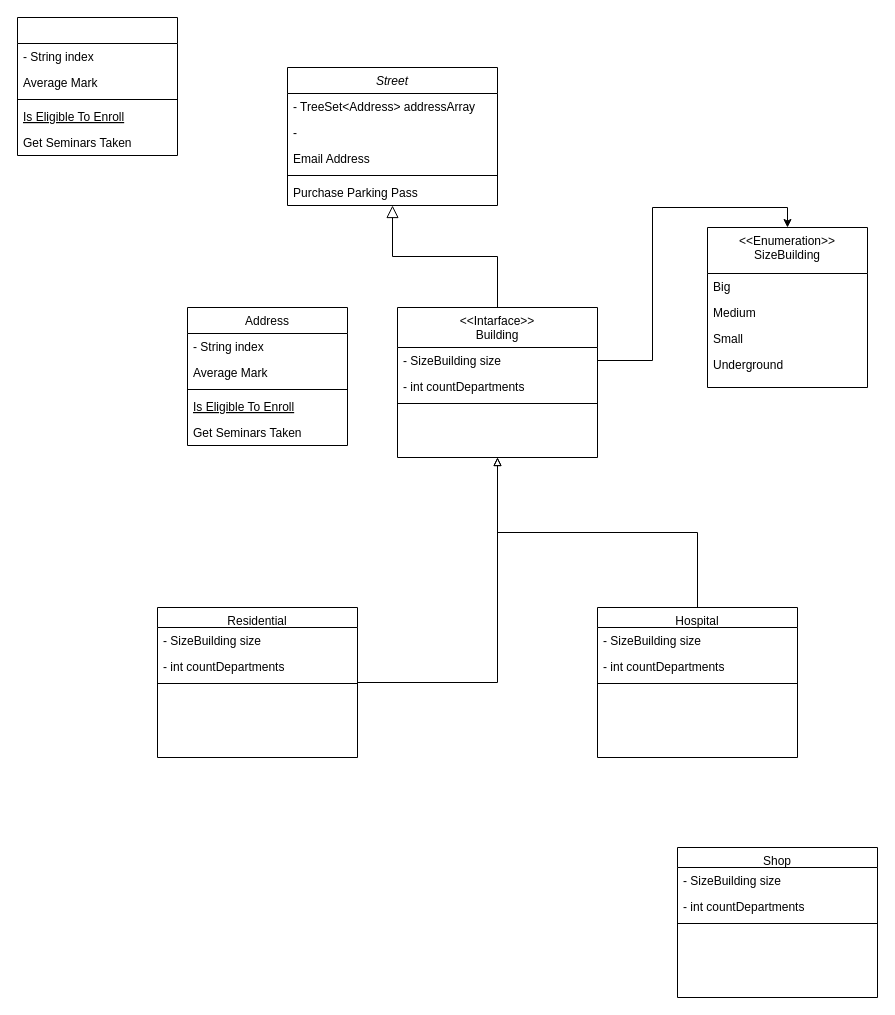
Before: CityWork.drawio in CeriiZedF/CityWork, a draw.io diagram. Source tidied: cells renumbered, new cells numbered last; positions are measured from the earlier drawing's top-left corner, leaving out a move shared by most shapes. Both pictures are drawn from the tidied source at 100%, with x=0, y=0 at pixel (17, 17).
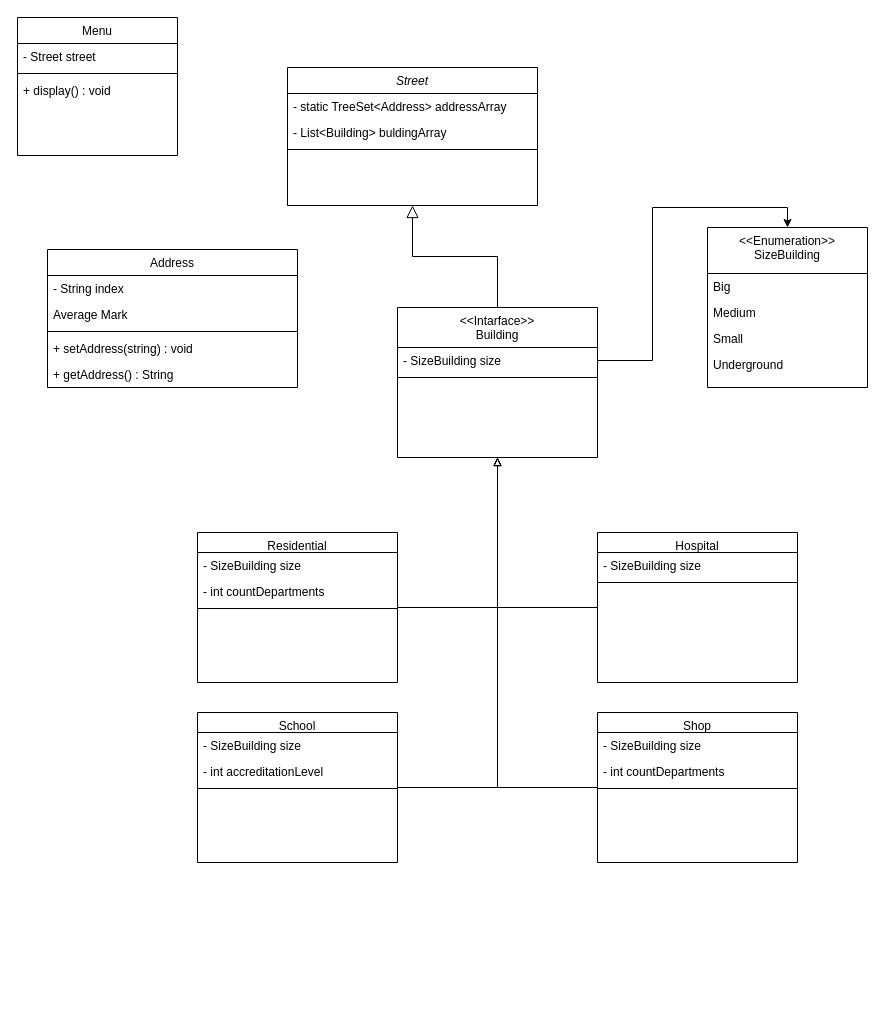
Above is the later version.

Unchanged cells that the change refers to:
```xml
<mxCell id="15" value="&lt;&lt;Intarface&gt;&gt;&#10;Building" style="swimlane;fontStyle=0;align=center;verticalAlign=top;horizontal=1;startSize=40;rounded=0;shadow=0;strokeWidth=1;" parent="1" vertex="1">
  <mxGeometry x="380" y="290" width="200" height="150" as="geometry" />
</mxCell>
```

Diff of the diagram source:
```diff
@@
     <mxCell id="2" value="Street" style="swimlane;fontStyle=2;align=center;verticalAlign=top;horizontal=1;startSize=26;rounded=0;shadow=0;strokeWidth=1;" parent="1" vertex="1">
-      <mxGeometry x="270" y="50" width="210" height="138" as="geometry" />
+      <mxGeometry x="270" y="50" width="250" height="138" as="geometry" />
     </mxCell>
-    <mxCell id="3" value="- TreeSet&lt;Address&gt; addressArray " style="text;align=left;verticalAlign=top;spacingLeft=4;spacingRight=4;overflow=hidden;" parent="2" vertex="1">
-      <mxGeometry y="26" width="210" height="26" as="geometry" />
+    <mxCell id="3" value="- static TreeSet&lt;Address&gt; addressArray " style="text;align=left;verticalAlign=top;spacingLeft=4;spacingRight=4;overflow=hidden;" parent="2" vertex="1">
+      <mxGeometry y="26" width="250" height="26" as="geometry" />
     </mxCell>
-    <mxCell id="4" value="- " style="text;align=left;verticalAlign=top;spacingLeft=4;spacingRight=4;overflow=hidden;rounded=0;shadow=0;html=0;" parent="2" vertex="1">
-      <mxGeometry y="52" width="210" height="26" as="geometry" />
+    <mxCell id="4" value="- List&lt;Building&gt; buldingArray" style="text;align=left;verticalAlign=top;spacingLeft=4;spacingRight=4;overflow=hidden;rounded=0;shadow=0;html=0;" parent="2" vertex="1">
+      <mxGeometry y="52" width="250" height="26" as="geometry" />
     </mxCell>
-    <mxCell id="5" value="Email Address" style="text;align=left;verticalAlign=top;spacingLeft=4;spacingRight=4;overflow=hidden;rounded=0;shadow=0;html=0;" parent="2" vertex="1">
-      <mxGeometry y="78" width="210" height="26" as="geometry" />
-    </mxCell>
     <mxCell id="6" style="line;html=1;strokeWidth=1;align=left;verticalAlign=middle;spacingTop=-1;spacingLeft=3;spacingRight=3;labelPosition=right;" parent="2" vertex="1">
-      <mxGeometry y="104" width="210" height="8" as="geometry" />
+      <mxGeometry y="78" width="250" height="8" as="geometry" />
     </mxCell>
-    <mxCell id="7" value="Purchase Parking Pass" style="text;align=left;verticalAlign=top;spacingLeft=4;spacingRight=4;overflow=hidden;" parent="2" vertex="1">
-      <mxGeometry y="112" width="210" height="26" as="geometry" />
-    </mxCell>
     <mxCell id="8" value="Address" style="swimlane;fontStyle=0;align=center;verticalAlign=top;horizontal=1;startSize=26;rounded=0;shadow=0;strokeWidth=1;" parent="1" vertex="1">
-      <mxGeometry x="170" y="290" width="160" height="138" as="geometry" />
+      <mxGeometry x="30" y="232" width="250" height="138" as="geometry" />
     </mxCell>
     <mxCell id="9" value="- String index " style="text;align=left;verticalAlign=top;spacingLeft=4;spacingRight=4;overflow=hidden;" parent="8" vertex="1">
-      <mxGeometry y="26" width="160" height="26" as="geometry" />
+      <mxGeometry y="26" width="250" height="26" as="geometry" />
     </mxCell>
     <mxCell id="10" value="Average Mark" style="text;align=left;verticalAlign=top;spacingLeft=4;spacingRight=4;overflow=hidden;rounded=0;shadow=0;html=0;" parent="8" vertex="1">
-      <mxGeometry y="52" width="160" height="26" as="geometry" />
+      <mxGeometry y="52" width="250" height="26" as="geometry" />
     </mxCell>
     <mxCell id="11" style="line;html=1;strokeWidth=1;align=left;verticalAlign=middle;spacingTop=-1;spacingLeft=3;spacingRight=3;labelPosition=right;" parent="8" vertex="1">
-      <mxGeometry y="78" width="160" height="8" as="geometry" />
+      <mxGeometry y="78" width="250" height="8" as="geometry" />
     </mxCell>
-    <mxCell id="12" value="Is Eligible To Enroll" style="text;align=left;verticalAlign=top;spacingLeft=4;spacingRight=4;overflow=hidden;fontStyle=4;" parent="8" vertex="1">
-      <mxGeometry y="86" width="160" height="26" as="geometry" />
-    </mxCell>
-    <mxCell id="13" value="Get Seminars Taken" style="text;align=left;verticalAlign=top;spacingLeft=4;spacingRight=4;overflow=hidden;" parent="8" vertex="1">
-      <mxGeometry y="112" width="160" height="26" as="geometry" />
-    </mxCell>
+    <mxCell id="7" value="+ setAddress(string) : void" style="text;align=left;verticalAlign=top;spacingLeft=4;spacingRight=4;overflow=hidden;" parent="8" vertex="1">
+      <mxGeometry y="86" width="250" height="26" as="geometry" />
+    </mxCell>
+    <mxCell id="45" value="+ getAddress() : String" style="text;align=left;verticalAlign=top;spacingLeft=4;spacingRight=4;overflow=hidden;" parent="8" vertex="1">
+      <mxGeometry y="112" width="250" height="26" as="geometry" />
+    </mxCell>
@@
-    <mxCell id="17" value="- int countDepartments" style="text;align=left;verticalAlign=top;spacingLeft=4;spacingRight=4;overflow=hidden;html=1;" parent="15" vertex="1">
-      <mxGeometry y="66" width="200" height="26" as="geometry" />
-    </mxCell>
     <mxCell id="18" style="line;html=1;strokeWidth=1;align=left;verticalAlign=middle;spacingTop=-1;spacingLeft=3;spacingRight=3;labelPosition=right;" parent="15" vertex="1">
-      <mxGeometry y="92" width="200" height="8" as="geometry" />
+      <mxGeometry y="66" width="200" height="8" as="geometry" />
     </mxCell>
@@
-    <mxCell id="25" style="swimlane;fontStyle=0;align=center;verticalAlign=top;horizontal=1;startSize=26;rounded=0;shadow=0;strokeWidth=1;" parent="1" vertex="1">
+    <mxCell id="25" value="Menu" style="swimlane;fontStyle=0;align=center;verticalAlign=top;horizontal=1;startSize=26;rounded=0;shadow=0;strokeWidth=1;" parent="1" vertex="1">
       <mxGeometry width="160" height="138" as="geometry" />
     </mxCell>
-    <mxCell id="26" value="- String index " style="text;align=left;verticalAlign=top;spacingLeft=4;spacingRight=4;overflow=hidden;" parent="25" vertex="1">
-      <mxGeometry y="26" width="160" height="26" as="geometry" />
-    </mxCell>
-    <mxCell id="27" value="Average Mark" style="text;align=left;verticalAlign=top;spacingLeft=4;spacingRight=4;overflow=hidden;rounded=0;shadow=0;html=0;" parent="25" vertex="1">
-      <mxGeometry y="52" width="160" height="26" as="geometry" />
+    <mxCell id="27" value="- Street street" style="text;align=left;verticalAlign=top;spacingLeft=4;spacingRight=4;overflow=hidden;rounded=0;shadow=0;html=0;" parent="25" vertex="1">
+      <mxGeometry y="26" width="160" height="26" as="geometry" />
     </mxCell>
     <mxCell id="28" style="line;html=1;strokeWidth=1;align=left;verticalAlign=middle;spacingTop=-1;spacingLeft=3;spacingRight=3;labelPosition=right;" parent="25" vertex="1">
-      <mxGeometry y="78" width="160" height="8" as="geometry" />
+      <mxGeometry y="52" width="160" height="8" as="geometry" />
     </mxCell>
-    <mxCell id="29" value="Is Eligible To Enroll" style="text;align=left;verticalAlign=top;spacingLeft=4;spacingRight=4;overflow=hidden;fontStyle=4;" parent="25" vertex="1">
-      <mxGeometry y="86" width="160" height="26" as="geometry" />
-    </mxCell>
-    <mxCell id="30" value="Get Seminars Taken" style="text;align=left;verticalAlign=top;spacingLeft=4;spacingRight=4;overflow=hidden;" parent="25" vertex="1">
-      <mxGeometry y="112" width="160" height="26" as="geometry" />
+    <mxCell id="30" value="+ display() : void" style="text;align=left;verticalAlign=top;spacingLeft=4;spacingRight=4;overflow=hidden;" parent="25" vertex="1">
+      <mxGeometry y="60" width="160" height="26" as="geometry" />
     </mxCell>
-    <mxCell id="31" style="edgeStyle=orthogonalEdgeStyle;rounded=0;jettySize=auto;html=1;entryX=0.5;entryY=1;entryDx=0;entryDy=0;endArrow=block;endFill=0;" parent="1" edge="1" source="32" target="15">
+    <mxCell id="31" style="edgeStyle=orthogonalEdgeStyle;rounded=0;jettySize=auto;html=1;entryX=0.5;entryY=1;entryDx=0;entryDy=0;endArrow=block;endFill=0;exitX=1;exitY=0.5;exitDx=0;exitDy=0;" parent="1" edge="1" source="32" target="15">
       <mxGeometry relative="1" as="geometry" />
     </mxCell>
     <mxCell id="32" value="Residential" style="swimlane;fontStyle=0;align=center;verticalAlign=top;horizontal=1;startSize=20;rounded=0;shadow=0;strokeWidth=1;" parent="1" vertex="1">
-      <mxGeometry x="140" y="590" width="200" height="150" as="geometry" />
+      <mxGeometry x="180" y="515" width="200" height="150" as="geometry" />
     </mxCell>
@@
     <mxCell id="36" value="Hospital" style="swimlane;fontStyle=0;align=center;verticalAlign=top;horizontal=1;startSize=20;rounded=0;shadow=0;strokeWidth=1;" parent="1" vertex="1">
-      <mxGeometry x="580" y="590" width="200" height="150" as="geometry" />
+      <mxGeometry x="580" y="515" width="200" height="150" as="geometry" />
     </mxCell>
@@
-    <mxCell id="38" value="- int countDepartments" style="text;align=left;verticalAlign=top;spacingLeft=4;spacingRight=4;overflow=hidden;html=1;" parent="36" vertex="1">
-      <mxGeometry y="46" width="200" height="26" as="geometry" />
-    </mxCell>
     <mxCell id="39" style="line;html=1;strokeWidth=1;align=left;verticalAlign=middle;spacingTop=-1;spacingLeft=3;spacingRight=3;labelPosition=right;" parent="36" vertex="1">
-      <mxGeometry y="72" width="200" height="8" as="geometry" />
+      <mxGeometry y="46" width="200" height="8" as="geometry" />
     </mxCell>
-    <mxCell id="40" style="edgeStyle=orthogonalEdgeStyle;rounded=0;jettySize=auto;html=1;endArrow=block;endFill=0;exitX=0.5;exitY=0;exitDx=0;exitDy=0;entryX=0.5;entryY=1;entryDx=0;entryDy=0;" parent="1" edge="1" source="36" target="15">
+    <mxCell id="40" style="edgeStyle=orthogonalEdgeStyle;rounded=0;jettySize=auto;html=1;endArrow=block;endFill=0;exitX=0;exitY=0.5;exitDx=0;exitDy=0;entryX=0.5;entryY=1;entryDx=0;entryDy=0;" parent="1" edge="1" source="36" target="15">
       <mxGeometry relative="1" as="geometry" />
     </mxCell>
     <mxCell id="41" value="Shop" style="swimlane;fontStyle=0;align=center;verticalAlign=top;horizontal=1;startSize=20;rounded=0;shadow=0;strokeWidth=1;" parent="1" vertex="1">
-      <mxGeometry x="660" y="830" width="200" height="150" as="geometry" />
+      <mxGeometry x="580" y="695" width="200" height="150" as="geometry" />
     </mxCell>
@@
+    <mxCell id="46" value="School" style="swimlane;fontStyle=0;align=center;verticalAlign=top;horizontal=1;startSize=20;rounded=0;shadow=0;strokeWidth=1;" parent="1" vertex="1">
+      <mxGeometry x="180" y="695" width="200" height="150" as="geometry" />
+    </mxCell>
+    <mxCell id="47" value="- SizeBuilding size" style="text;align=left;verticalAlign=top;spacingLeft=4;spacingRight=4;overflow=hidden;" parent="46" vertex="1">
+      <mxGeometry y="20" width="200" height="26" as="geometry" />
+    </mxCell>
+    <mxCell id="48" value="- int accreditationLevel" style="text;align=left;verticalAlign=top;spacingLeft=4;spacingRight=4;overflow=hidden;html=1;" parent="46" vertex="1">
+      <mxGeometry y="46" width="200" height="26" as="geometry" />
+    </mxCell>
+    <mxCell id="49" style="line;html=1;strokeWidth=1;align=left;verticalAlign=middle;spacingTop=-1;spacingLeft=3;spacingRight=3;labelPosition=right;" parent="46" vertex="1">
+      <mxGeometry y="72" width="200" height="8" as="geometry" />
+    </mxCell>
+    <mxCell id="50" style="edgeStyle=orthogonalEdgeStyle;rounded=0;jettySize=auto;html=1;endArrow=block;endFill=0;exitX=0;exitY=0.5;exitDx=0;exitDy=0;entryX=0.5;entryY=1;entryDx=0;entryDy=0;" parent="1" edge="1" source="41" target="15">
+      <mxGeometry relative="1" as="geometry" />
+    </mxCell>
+    <mxCell id="51" style="edgeStyle=orthogonalEdgeStyle;rounded=0;jettySize=auto;html=1;endArrow=block;endFill=0;exitX=1;exitY=0.5;exitDx=0;exitDy=0;entryX=0.5;entryY=1;entryDx=0;entryDy=0;" parent="1" edge="1" source="46" target="15">
+      <mxGeometry relative="1" as="geometry" />
+    </mxCell>
```
